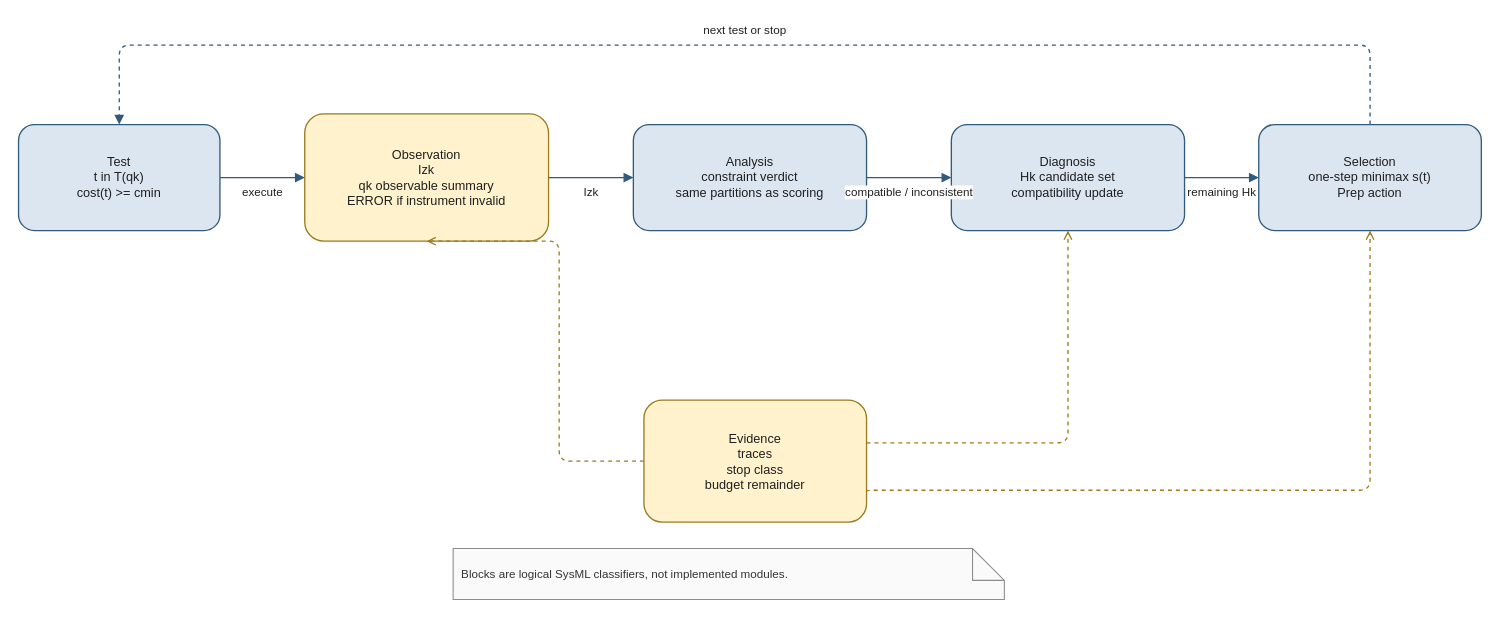
Above: docs/research/publication/models/drawio/FIG-CL-TAV-03-bdd.drawio in ZhangChi0727/arinc-615a-conformance (draw.io), before the change. Source tidied: cells renumbered, new cells numbered last; positions are measured from the earlier drawing's top-left corner, leaving out a move shared by most shapes. Both pictures are drawn from the tidied source at 106%, with x=0, y=0 at pixel (18, 45).
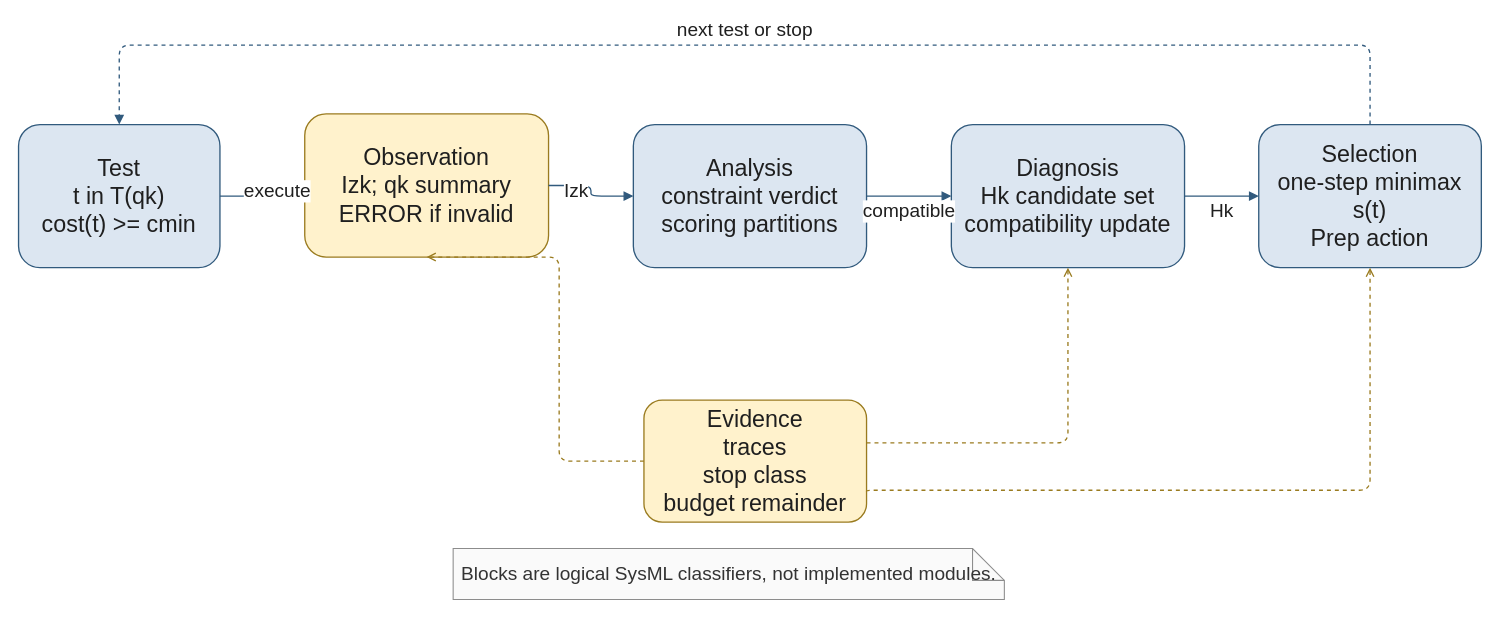
The same page after the edit.

The edit, as a diff of the source:
```diff
@@
-    <mxCell id="2" value="Test&lt;br&gt;t in T(qk)&lt;br&gt;cost(t) &gt;= cmin" style="rounded=1;whiteSpace=wrap;html=1;fillColor=#DCE6F1;strokeColor=#315A7D;strokeWidth=1.25;fontFamily=Helvetica;fontSize=12;fontColor=#1F1F1F;align=center;verticalAlign=middle;spacing=6;shadow=0;glass=0;gradientColor=none;" parent="1" vertex="1">
-      <mxGeometry y="75" width="190" height="100" as="geometry" />
+    <mxCell id="2" value="Test&lt;br&gt;t in T(qk)&lt;br&gt;cost(t) &gt;= cmin" style="rounded=1;whiteSpace=wrap;html=1;fillColor=#DCE6F1;strokeColor=#315A7D;strokeWidth=1.25;fontFamily=Helvetica;fontSize=22;fontColor=#1F1F1F;align=center;verticalAlign=middle;spacing=6;shadow=0;glass=0;gradientColor=none;" parent="1" vertex="1">
+      <mxGeometry y="75" width="190" height="135" as="geometry" />
     </mxCell>
-    <mxCell id="3" value="Observation&lt;br&gt;Izk&lt;br&gt;qk observable summary&lt;br&gt;ERROR if instrument invalid" style="rounded=1;whiteSpace=wrap;html=1;fillColor=#FFF2CC;strokeColor=#9A7B1F;strokeWidth=1.25;fontFamily=Helvetica;fontSize=12;fontColor=#1F1F1F;align=center;verticalAlign=middle;spacing=6;shadow=0;glass=0;gradientColor=none;" parent="1" vertex="1">
-      <mxGeometry x="270" y="65" width="230" height="120" as="geometry" />
+    <mxCell id="3" value="Observation&lt;br&gt;Izk; qk summary&lt;br&gt;ERROR if invalid" style="rounded=1;whiteSpace=wrap;html=1;fillColor=#FFF2CC;strokeColor=#9A7B1F;strokeWidth=1.25;fontFamily=Helvetica;fontSize=22;fontColor=#1F1F1F;align=center;verticalAlign=middle;spacing=6;shadow=0;glass=0;gradientColor=none;" parent="1" vertex="1">
+      <mxGeometry x="270" y="65" width="230" height="135" as="geometry" />
     </mxCell>
-    <mxCell id="4" value="Analysis&lt;br&gt;constraint verdict&lt;br&gt;same partitions as scoring" style="rounded=1;whiteSpace=wrap;html=1;fillColor=#DCE6F1;strokeColor=#315A7D;strokeWidth=1.25;fontFamily=Helvetica;fontSize=12;fontColor=#1F1F1F;align=center;verticalAlign=middle;spacing=6;shadow=0;glass=0;gradientColor=none;" parent="1" vertex="1">
-      <mxGeometry x="580" y="75" width="220" height="100" as="geometry" />
+    <mxCell id="4" value="Analysis&lt;br&gt;constraint verdict&lt;br&gt;scoring partitions" style="rounded=1;whiteSpace=wrap;html=1;fillColor=#DCE6F1;strokeColor=#315A7D;strokeWidth=1.25;fontFamily=Helvetica;fontSize=22;fontColor=#1F1F1F;align=center;verticalAlign=middle;spacing=6;shadow=0;glass=0;gradientColor=none;" parent="1" vertex="1">
+      <mxGeometry x="580" y="75" width="220" height="135" as="geometry" />
     </mxCell>
-    <mxCell id="5" value="Diagnosis&lt;br&gt;Hk candidate set&lt;br&gt;compatibility update" style="rounded=1;whiteSpace=wrap;html=1;fillColor=#DCE6F1;strokeColor=#315A7D;strokeWidth=1.25;fontFamily=Helvetica;fontSize=12;fontColor=#1F1F1F;align=center;verticalAlign=middle;spacing=6;shadow=0;glass=0;gradientColor=none;" parent="1" vertex="1">
-      <mxGeometry x="880" y="75" width="220" height="100" as="geometry" />
+    <mxCell id="5" value="Diagnosis&lt;br&gt;Hk candidate set&lt;br&gt;compatibility update" style="rounded=1;whiteSpace=wrap;html=1;fillColor=#DCE6F1;strokeColor=#315A7D;strokeWidth=1.25;fontFamily=Helvetica;fontSize=22;fontColor=#1F1F1F;align=center;verticalAlign=middle;spacing=6;shadow=0;glass=0;gradientColor=none;" parent="1" vertex="1">
+      <mxGeometry x="880" y="75" width="220" height="135" as="geometry" />
     </mxCell>
-    <mxCell id="6" value="Selection&lt;br&gt;one-step minimax s(t)&lt;br&gt;Prep action" style="rounded=1;whiteSpace=wrap;html=1;fillColor=#DCE6F1;strokeColor=#315A7D;strokeWidth=1.25;fontFamily=Helvetica;fontSize=12;fontColor=#1F1F1F;align=center;verticalAlign=middle;spacing=6;shadow=0;glass=0;gradientColor=none;" parent="1" vertex="1">
-      <mxGeometry x="1170" y="75" width="210" height="100" as="geometry" />
+    <mxCell id="6" value="Selection&lt;br&gt;one-step minimax s(t)&lt;br&gt;Prep action" style="rounded=1;whiteSpace=wrap;html=1;fillColor=#DCE6F1;strokeColor=#315A7D;strokeWidth=1.25;fontFamily=Helvetica;fontSize=22;fontColor=#1F1F1F;align=center;verticalAlign=middle;spacing=6;shadow=0;glass=0;gradientColor=none;" parent="1" vertex="1">
+      <mxGeometry x="1170" y="75" width="210" height="135" as="geometry" />
     </mxCell>
-    <mxCell id="7" value="Evidence&lt;br&gt;traces&lt;br&gt;stop class&lt;br&gt;budget remainder" style="rounded=1;whiteSpace=wrap;html=1;fillColor=#FFF2CC;strokeColor=#9A7B1F;strokeWidth=1.25;fontFamily=Helvetica;fontSize=12;fontColor=#1F1F1F;align=center;verticalAlign=middle;spacing=6;shadow=0;glass=0;gradientColor=none;" parent="1" vertex="1">
+    <mxCell id="7" value="Evidence&lt;br&gt;traces&lt;br&gt;stop class&lt;br&gt;budget remainder" style="rounded=1;whiteSpace=wrap;html=1;fillColor=#FFF2CC;strokeColor=#9A7B1F;strokeWidth=1.25;fontFamily=Helvetica;fontSize=22;fontColor=#1F1F1F;align=center;verticalAlign=middle;spacing=6;shadow=0;glass=0;gradientColor=none;" parent="1" vertex="1">
       <mxGeometry x="590" y="335" width="210" height="115" as="geometry" />
     </mxCell>
-    <mxCell id="8" value="Blocks are logical SysML classifiers, not implemented modules." style="shape=note;whiteSpace=wrap;html=1;fillColor=#FAFAFA;strokeColor=#8C8C8C;strokeWidth=1;fontFamily=Helvetica;fontSize=11;fontColor=#333333;align=left;verticalAlign=middle;spacing=8;shadow=0;glass=0;gradientColor=none;" parent="1" vertex="1">
+    <mxCell id="8" value="Blocks are logical SysML classifiers, not implemented modules." style="shape=note;whiteSpace=wrap;html=1;fillColor=#FAFAFA;strokeColor=#8C8C8C;strokeWidth=1;fontFamily=Helvetica;fontSize=18;fontColor=#333333;align=left;verticalAlign=middle;spacing=8;shadow=0;glass=0;gradientColor=none;" parent="1" vertex="1">
       <mxGeometry x="410" y="475" width="520" height="48" as="geometry" />
     </mxCell>
-    <mxCell id="9" value="execute" style="edgeStyle=orthogonalEdgeStyle;rounded=1;jettySize=auto;html=1;strokeWidth=1.25;fontFamily=Helvetica;fontSize=11;fontColor=#1F1F1F;labelBackgroundColor=#FFFFFF;endArrow=block;strokeColor=#315A7D;exitX=1;exitY=0.5;entryX=0;entryY=0.5;exitDx=0;exitDy=0;exitPerimeter=1;entryDx=0;entryDy=0;entryPerimeter=1;" parent="1" edge="1" source="2" target="3">
+    <mxCell id="9" value="execute" style="edgeStyle=orthogonalEdgeStyle;rounded=1;jettySize=auto;html=1;strokeWidth=1.25;fontFamily=Helvetica;fontSize=18;fontColor=#1F1F1F;labelBackgroundColor=#FFFFFF;endArrow=block;strokeColor=#315A7D;exitX=1;exitY=0.5;entryX=0;entryY=0.5;exitDx=0;exitDy=0;exitPerimeter=1;entryDx=0;entryDy=0;entryPerimeter=1;" parent="1" edge="1" source="2" target="3">
       <mxGeometry y="-14" relative="1" as="geometry" />
     </mxCell>
-    <mxCell id="10" value="Izk" style="edgeStyle=orthogonalEdgeStyle;rounded=1;jettySize=auto;html=1;strokeWidth=1.25;fontFamily=Helvetica;fontSize=11;fontColor=#1F1F1F;labelBackgroundColor=#FFFFFF;endArrow=block;strokeColor=#315A7D;exitX=1;exitY=0.5;entryX=0;entryY=0.5;exitDx=0;exitDy=0;exitPerimeter=1;entryDx=0;entryDy=0;entryPerimeter=1;" parent="1" edge="1" source="3" target="4">
+    <mxCell id="10" value="Izk" style="edgeStyle=orthogonalEdgeStyle;rounded=1;jettySize=auto;html=1;strokeWidth=1.25;fontFamily=Helvetica;fontSize=18;fontColor=#1F1F1F;labelBackgroundColor=#FFFFFF;endArrow=block;strokeColor=#315A7D;exitX=1;exitY=0.5;entryX=0;entryY=0.5;exitDx=0;exitDy=0;exitPerimeter=1;entryDx=0;entryDy=0;entryPerimeter=1;" parent="1" edge="1" source="3" target="4">
       <mxGeometry y="-14" relative="1" as="geometry" />
     </mxCell>
-    <mxCell id="11" value="compatible / inconsistent" style="edgeStyle=orthogonalEdgeStyle;rounded=1;jettySize=auto;html=1;strokeWidth=1.25;fontFamily=Helvetica;fontSize=11;fontColor=#1F1F1F;labelBackgroundColor=#FFFFFF;endArrow=block;strokeColor=#315A7D;exitX=1;exitY=0.5;entryX=0;entryY=0.5;exitDx=0;exitDy=0;exitPerimeter=1;entryDx=0;entryDy=0;entryPerimeter=1;" parent="1" edge="1" source="4" target="5">
+    <mxCell id="11" value="compatible" style="edgeStyle=orthogonalEdgeStyle;rounded=1;jettySize=auto;html=1;strokeWidth=1.25;fontFamily=Helvetica;fontSize=18;fontColor=#1F1F1F;labelBackgroundColor=#FFFFFF;endArrow=block;strokeColor=#315A7D;exitX=1;exitY=0.5;entryX=0;entryY=0.5;exitDx=0;exitDy=0;exitPerimeter=1;entryDx=0;entryDy=0;entryPerimeter=1;" parent="1" edge="1" source="4" target="5">
       <mxGeometry y="-14" relative="1" as="geometry" />
     </mxCell>
-    <mxCell id="12" value="remaining Hk" style="edgeStyle=orthogonalEdgeStyle;rounded=1;jettySize=auto;html=1;strokeWidth=1.25;fontFamily=Helvetica;fontSize=11;fontColor=#1F1F1F;labelBackgroundColor=#FFFFFF;endArrow=block;strokeColor=#315A7D;exitX=1;exitY=0.5;entryX=0;entryY=0.5;exitDx=0;exitDy=0;exitPerimeter=1;entryDx=0;entryDy=0;entryPerimeter=1;" parent="1" edge="1" source="5" target="6">
+    <mxCell id="12" value="Hk" style="edgeStyle=orthogonalEdgeStyle;rounded=1;jettySize=auto;html=1;strokeWidth=1.25;fontFamily=Helvetica;fontSize=18;fontColor=#1F1F1F;labelBackgroundColor=#FFFFFF;endArrow=block;strokeColor=#315A7D;exitX=1;exitY=0.5;entryX=0;entryY=0.5;exitDx=0;exitDy=0;exitPerimeter=1;entryDx=0;entryDy=0;entryPerimeter=1;" parent="1" edge="1" source="5" target="6">
       <mxGeometry y="-14" relative="1" as="geometry" />
     </mxCell>
-    <mxCell id="13" value="next test or stop" style="edgeStyle=orthogonalEdgeStyle;rounded=1;jettySize=auto;html=1;strokeWidth=1.25;fontFamily=Helvetica;fontSize=11;fontColor=#1F1F1F;labelBackgroundColor=#FFFFFF;dashed=1;endArrow=block;strokeColor=#315A7D;exitX=0.5;exitY=0;entryX=0.5;entryY=0;exitDx=0;exitDy=0;exitPerimeter=1;entryDx=0;entryDy=0;entryPerimeter=1;" parent="1" edge="1" source="6" target="2">
+    <mxCell id="13" value="next test or stop" style="edgeStyle=orthogonalEdgeStyle;rounded=1;jettySize=auto;html=1;strokeWidth=1.25;fontFamily=Helvetica;fontSize=18;fontColor=#1F1F1F;labelBackgroundColor=#FFFFFF;dashed=1;endArrow=block;strokeColor=#315A7D;exitX=0.5;exitY=0;entryX=0.5;entryY=0;exitDx=0;exitDy=0;exitPerimeter=1;entryDx=0;entryDy=0;entryPerimeter=1;" parent="1" edge="1" source="6" target="2">
       <mxGeometry y="-14" relative="1" as="geometry">
         <Array as="points">
           <mxPoint x="1275" />
           <mxPoint x="95" />
         </Array>
       </mxGeometry>
     </mxCell>
-    <mxCell id="14" style="edgeStyle=orthogonalEdgeStyle;rounded=1;jettySize=auto;html=1;strokeWidth=1.25;fontFamily=Helvetica;fontSize=11;fontColor=#1F1F1F;labelBackgroundColor=#FFFFFF;dashed=1;endArrow=open;strokeColor=#9A7B1F;exitX=0;exitY=0.5;entryX=0.5;entryY=1;exitDx=0;exitDy=0;exitPerimeter=1;entryDx=0;entryDy=0;entryPerimeter=1;" parent="1" edge="1" source="7" target="3">
+    <mxCell id="14" style="edgeStyle=orthogonalEdgeStyle;rounded=1;jettySize=auto;html=1;strokeWidth=1.25;fontFamily=Helvetica;fontSize=18;fontColor=#1F1F1F;labelBackgroundColor=#FFFFFF;dashed=1;endArrow=open;strokeColor=#9A7B1F;exitX=0;exitY=0.5;entryX=0.5;entryY=1;exitDx=0;exitDy=0;exitPerimeter=1;entryDx=0;entryDy=0;entryPerimeter=1;" parent="1" edge="1" source="7" target="3">
       <mxGeometry relative="1" as="geometry">
         <Array as="points">
           <mxPoint x="510" y="393" />
         </Array>
       </mxGeometry>
     </mxCell>
-    <mxCell id="15" style="edgeStyle=orthogonalEdgeStyle;rounded=1;jettySize=auto;html=1;strokeWidth=1.25;fontFamily=Helvetica;fontSize=11;fontColor=#1F1F1F;labelBackgroundColor=#FFFFFF;dashed=1;endArrow=open;strokeColor=#9A7B1F;exitX=1;exitY=0.35;entryX=0.5;entryY=1;exitDx=0;exitDy=0;exitPerimeter=1;entryDx=0;entryDy=0;entryPerimeter=1;" parent="1" edge="1" source="7" target="5">
+    <mxCell id="15" style="edgeStyle=orthogonalEdgeStyle;rounded=1;jettySize=auto;html=1;strokeWidth=1.25;fontFamily=Helvetica;fontSize=18;fontColor=#1F1F1F;labelBackgroundColor=#FFFFFF;dashed=1;endArrow=open;strokeColor=#9A7B1F;exitX=1;exitY=0.35;entryX=0.5;entryY=1;exitDx=0;exitDy=0;exitPerimeter=1;entryDx=0;entryDy=0;entryPerimeter=1;" parent="1" edge="1" source="7" target="5">
       <mxGeometry relative="1" as="geometry">
         <Array as="points">
           <mxPoint x="990" y="375" />
         </Array>
       </mxGeometry>
     </mxCell>
-    <mxCell id="16" style="edgeStyle=orthogonalEdgeStyle;rounded=1;jettySize=auto;html=1;strokeWidth=1.25;fontFamily=Helvetica;fontSize=11;fontColor=#1F1F1F;labelBackgroundColor=#FFFFFF;dashed=1;endArrow=open;strokeColor=#9A7B1F;exitX=1;exitY=0.75;entryX=0.5;entryY=1;exitDx=0;exitDy=0;exitPerimeter=1;entryDx=0;entryDy=0;entryPerimeter=1;" parent="1" edge="1" source="7" target="6">
+    <mxCell id="16" style="edgeStyle=orthogonalEdgeStyle;rounded=1;jettySize=auto;html=1;strokeWidth=1.25;fontFamily=Helvetica;fontSize=18;fontColor=#1F1F1F;labelBackgroundColor=#FFFFFF;dashed=1;endArrow=open;strokeColor=#9A7B1F;exitX=1;exitY=0.75;entryX=0.5;entryY=1;exitDx=0;exitDy=0;exitPerimeter=1;entryDx=0;entryDy=0;entryPerimeter=1;" parent="1" edge="1" source="7" target="6">
       <mxGeometry relative="1" as="geometry">
         <Array as="points">
           <mxPoint x="1275" y="420" />
         </Array>
       </mxGeometry>
     </mxCell>
```
